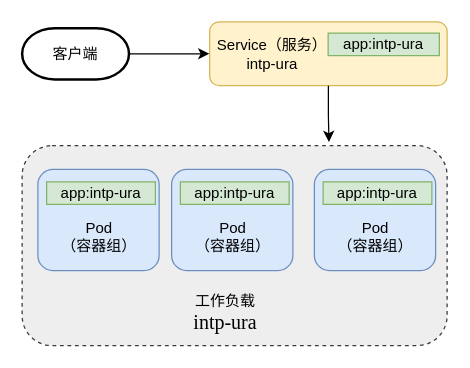
This is page "完好性信息处理软件" (12 of 24) of xw实体模块（软件）部署.drawio from LingClassmate/diagrams, a draw.io file, before an edit. Source tidied: cells renumbered, new cells numbered last; positions are measured from the earlier drawing's top-left corner, leaving out a move shared by most shapes. Both pictures are drawn from the tidied source at 125%, with x=0, y=0 at pixel (21, 21).
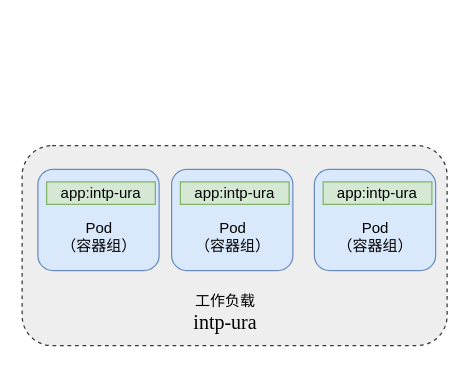
The same page after the edit.

What changed in the source:
```diff
@@
 <mxGraphModel>
   <root>
     <mxCell id="0" />
     <mxCell id="1" parent="0" />
     <mxCell id="2" style="rounded=1;whiteSpace=wrap;html=1;dashed=1;fillColor=#eeeeee;strokeColor=#36393d;" parent="1" vertex="1">
       <mxGeometry x="0.2" y="99" width="340" height="160" as="geometry" />
     </mxCell>
     <mxCell id="3" style="rounded=1;whiteSpace=wrap;html=1;fillColor=#dae8fc;strokeColor=#6c8ebf;" parent="1" vertex="1">
       <mxGeometry x="12.8" y="118" width="97" height="81" as="geometry" />
     </mxCell>
     <mxCell id="4" value="app:intp-ura" style="rounded=0;whiteSpace=wrap;html=1;fillColor=#d5e8d4;strokeColor=#82b366;" parent="1" vertex="1">
       <mxGeometry x="19.8" y="128" width="87" height="18" as="geometry" />
     </mxCell>
     <mxCell id="5" value="&lt;div&gt;工作负载&lt;/div&gt;&lt;div&gt;&lt;font face=&quot;Times New Roman, serif&quot;&gt;&lt;span style=&quot;font-size: 16px;&quot;&gt;intp-ura&lt;/span&gt;&lt;/font&gt;&lt;/div&gt;" style="text;html=1;align=center;verticalAlign=middle;whiteSpace=wrap;rounded=0;" parent="1" vertex="1">
       <mxGeometry x="48.2" y="218" width="230" height="30" as="geometry" />
     </mxCell>
     <mxCell id="6" value="Pod&lt;br&gt;（容器组）" style="text;html=1;align=center;verticalAlign=middle;whiteSpace=wrap;rounded=0;" parent="1" vertex="1">
       <mxGeometry x="28.5" y="157" width="65.5" height="30" as="geometry" />
     </mxCell>
-    <mxCell id="7" style="rounded=1;whiteSpace=wrap;html=1;fillColor=#fff2cc;strokeColor=#d6b656;" parent="1" vertex="1">
-      <mxGeometry x="150.2" width="190" height="51" as="geometry" />
-    </mxCell>
-    <mxCell id="8" value="Service（服务）&lt;br&gt;intp-ura" style="text;html=1;align=center;verticalAlign=middle;whiteSpace=wrap;rounded=0;" parent="1" vertex="1">
-      <mxGeometry x="143.2" y="10.5" width="115" height="30" as="geometry" />
-    </mxCell>
-    <mxCell id="9" value="app:intp-ura" style="rounded=0;whiteSpace=wrap;html=1;fillColor=#d5e8d4;strokeColor=#82b366;" parent="1" vertex="1">
-      <mxGeometry x="245" y="9" width="89" height="18" as="geometry" />
-    </mxCell>
     <mxCell id="10" style="rounded=1;whiteSpace=wrap;html=1;fillColor=#dae8fc;strokeColor=#6c8ebf;" parent="1" vertex="1">
       <mxGeometry x="119.8" y="118" width="97" height="81" as="geometry" />
     </mxCell>
     <mxCell id="11" value="app:intp-ura" style="rounded=0;whiteSpace=wrap;html=1;fillColor=#d5e8d4;strokeColor=#82b366;" parent="1" vertex="1">
       <mxGeometry x="126.8" y="128" width="87" height="18" as="geometry" />
     </mxCell>
     <mxCell id="12" value="Pod&lt;br&gt;（容器组）" style="text;html=1;align=center;verticalAlign=middle;whiteSpace=wrap;rounded=0;" parent="1" vertex="1">
       <mxGeometry x="135.5" y="157" width="65.5" height="30" as="geometry" />
     </mxCell>
     <mxCell id="13" style="rounded=1;whiteSpace=wrap;html=1;fillColor=#dae8fc;strokeColor=#6c8ebf;" parent="1" vertex="1">
       <mxGeometry x="234" y="118" width="97" height="81" as="geometry" />
     </mxCell>
     <mxCell id="14" value="app:intp-ura" style="rounded=0;whiteSpace=wrap;html=1;fillColor=#d5e8d4;strokeColor=#82b366;" parent="1" vertex="1">
       <mxGeometry x="241" y="128" width="87" height="18" as="geometry" />
     </mxCell>
     <mxCell id="15" value="Pod&lt;br&gt;（容器组）" style="text;html=1;align=center;verticalAlign=middle;whiteSpace=wrap;rounded=0;" parent="1" vertex="1">
       <mxGeometry x="249.8" y="157" width="65.5" height="30" as="geometry" />
     </mxCell>
-    <mxCell id="16" style="edgeStyle=orthogonalEdgeStyle;rounded=0;jettySize=auto;html=1;exitX=1;exitY=0.5;exitDx=0;exitDy=0;exitPerimeter=0;entryX=0.059;entryY=0.5;entryDx=0;entryDy=0;entryPerimeter=0;" parent="1" edge="1" source="17" target="8">
-      <mxGeometry relative="1" as="geometry" />
-    </mxCell>
-    <mxCell id="17" value="客户端" style="strokeWidth=2;html=1;shape=mxgraph.flowchart.terminator;whiteSpace=wrap;" parent="1" vertex="1">
-      <mxGeometry x="0.2" y="5" width="85.5" height="41" as="geometry" />
-    </mxCell>
-    <mxCell id="18" style="edgeStyle=orthogonalEdgeStyle;rounded=0;jettySize=auto;html=1;exitX=0.5;exitY=1;exitDx=0;exitDy=0;entryX=0.722;entryY=-0.018;entryDx=0;entryDy=0;entryPerimeter=0;" parent="1" edge="1" source="7" target="2">
-      <mxGeometry relative="1" as="geometry" />
-    </mxCell>
   </root>
 </mxGraphModel>
```
